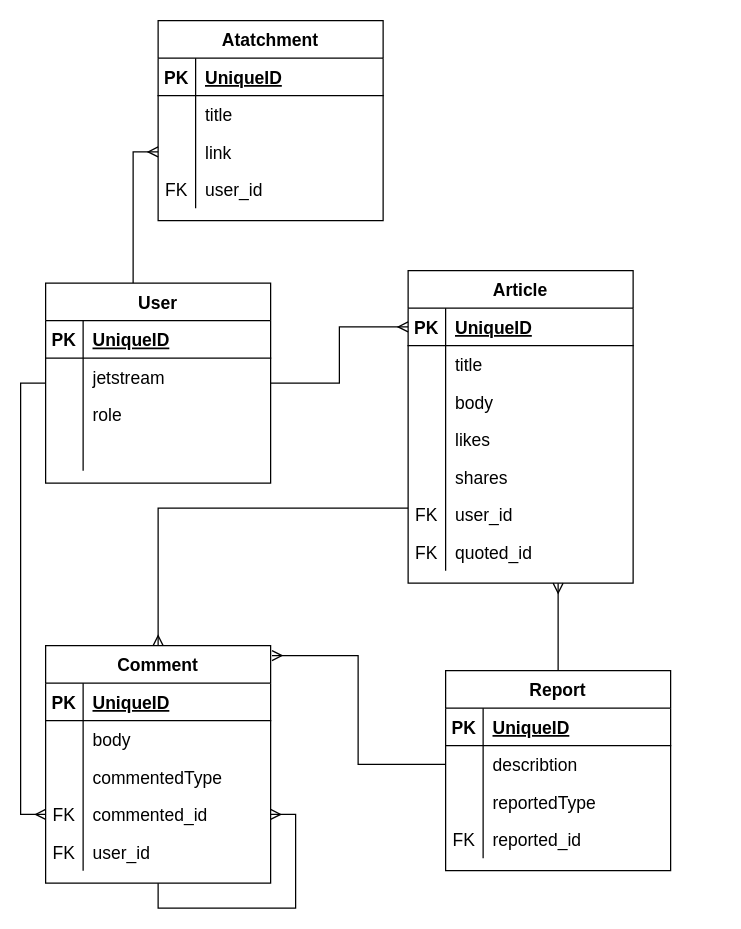
This is page "قاعدة البيانات" (4 of 7) of Diagram.drawio from a7medKhalid/waqf-raqmy, a draw.io file, before an edit. Source tidied: cells renumbered, new cells numbered last; positions are measured from the earlier drawing's top-left corner, leaving out a move shared by most shapes. Both pictures are drawn from the tidied source at 125%, with x=0, y=0 at pixel (20, 20).
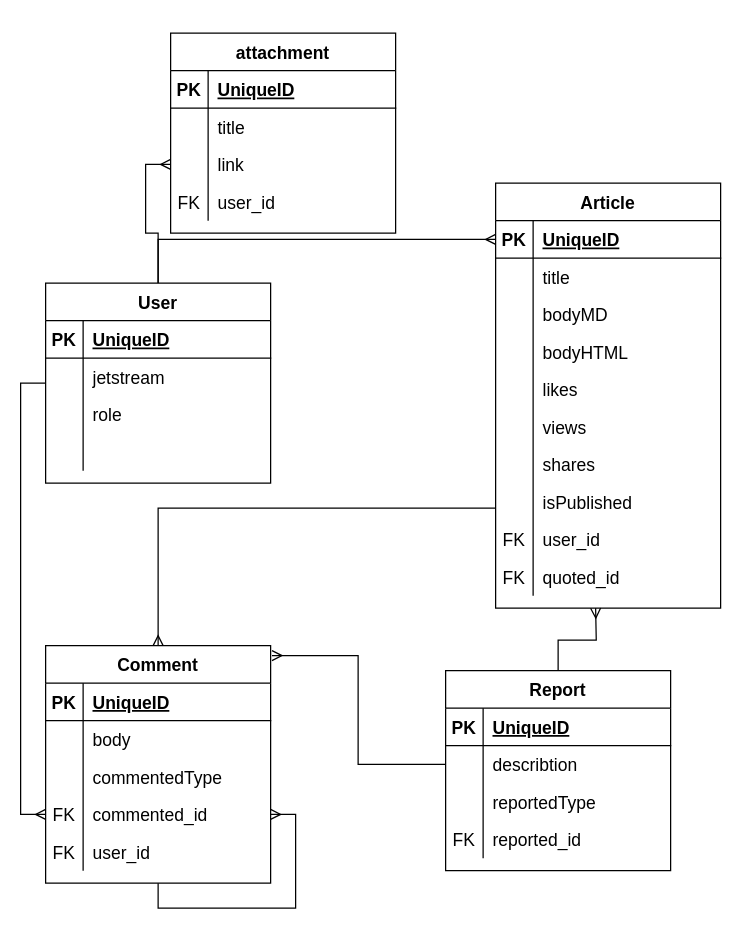
The same diagram, later.

Unchanged cells that the change refers to:
```xml
<mxCell id="5" value="User" style="shape=table;startSize=30;childLayout=tableLayout;rowLines=0;fontStyle=1;align=center;fontSize=14;strokeWidth=1;" parent="1" vertex="1">
  <mxGeometry x="20" y="210" width="180" height="160" as="geometry" />
</mxCell>
<mxCell id="26" style="shape=partialRectangle;fillColor=none;top=0;left=0;bottom=0;right=0;fontSize=14;strokeWidth=1;" parent="19" vertex="1">
  <mxGeometry y="90" width="180" height="30" as="geometry" />
</mxCell>
<mxCell id="42" value="Report" style="shape=table;startSize=30;childLayout=tableLayout;rowLines=0;fontStyle=1;align=center;fontSize=14;strokeWidth=1;" parent="1" vertex="1">
  <mxGeometry x="340" y="520" width="180" height="160" as="geometry" />
</mxCell>
<mxCell id="46" style="shape=partialRectangle;fillColor=none;top=0;left=0;bottom=0;right=0;points=[[0,0.5],[1,0.5]];portConstraint=eastwest;fontSize=14;strokeWidth=1;" parent="42" vertex="1">
  <mxGeometry y="60" width="180" height="30" as="geometry" />
</mxCell>
<mxCell id="55" value="Comment" style="shape=table;startSize=30;childLayout=tableLayout;rowLines=0;fontStyle=1;align=center;fontSize=14;strokeWidth=1;" parent="1" vertex="1">
  <mxGeometry x="20" y="500" width="180" height="190" as="geometry" />
</mxCell>
```

Change to the diagram source:
```diff
@@
-    <mxCell id="4" style="edgeStyle=orthogonalEdgeStyle;rounded=0;jettySize=auto;html=1;fontSize=14;endArrow=ERmany;endFill=0;" parent="1" edge="1" source="5" target="79">
-      <mxGeometry relative="1" as="geometry">
-        <Array as="points">
-          <mxPoint x="90" y="105" />
-        </Array>
-      </mxGeometry>
+    <mxCell id="4" style="edgeStyle=orthogonalEdgeStyle;rounded=0;jettySize=auto;html=1;endArrow=ERmany;endFill=0;" parent="1" edge="1" source="5" target="79">
+      <mxGeometry relative="1" as="geometry" />
     </mxCell>
@@
     <mxCell id="19" value="Article" style="shape=table;startSize=30;childLayout=tableLayout;rowLines=0;fontStyle=1;align=center;fontSize=14;strokeWidth=1;" parent="1" vertex="1">
-      <mxGeometry x="310" y="200" width="180" height="250" as="geometry" />
+      <mxGeometry x="380" y="130" width="180" height="340" as="geometry" />
     </mxCell>
@@
-    <mxCell id="28" value="body" style="shape=partialRectangle;fillColor=none;top=0;left=0;bottom=0;right=0;align=left;spacingLeft=6;overflow=hidden;fontSize=14;strokeWidth=1;" parent="26" vertex="1">
+    <mxCell id="28" value="bodyMD" style="shape=partialRectangle;fillColor=none;top=0;left=0;bottom=0;right=0;align=left;spacingLeft=6;overflow=hidden;fontSize=14;strokeWidth=1;" parent="26" vertex="1">
       <mxGeometry x="30" width="150" height="30" as="geometry" />
     </mxCell>
+    <mxCell id="86" style="shape=partialRectangle;fillColor=none;top=0;left=0;bottom=0;right=0;fontSize=14;strokeWidth=1;" parent="19" vertex="1">
+      <mxGeometry y="120" width="180" height="30" as="geometry" />
+    </mxCell>
+    <mxCell id="87" style="shape=partialRectangle;fillColor=none;top=0;left=0;bottom=0;right=0;overflow=hidden;fontSize=14;strokeWidth=1;" parent="86" vertex="1">
+      <mxGeometry width="30" height="30" as="geometry" />
+    </mxCell>
+    <mxCell id="88" value="bodyHTML" style="shape=partialRectangle;fillColor=none;top=0;left=0;bottom=0;right=0;align=left;spacingLeft=6;overflow=hidden;fontSize=14;strokeWidth=1;" parent="86" vertex="1">
+      <mxGeometry x="30" width="150" height="30" as="geometry" />
+    </mxCell>
     <mxCell id="29" style="shape=partialRectangle;fillColor=none;top=0;left=0;bottom=0;right=0;fontSize=14;strokeWidth=1;" parent="19" vertex="1">
-      <mxGeometry y="120" width="180" height="30" as="geometry" />
+      <mxGeometry y="150" width="180" height="30" as="geometry" />
     </mxCell>
@@
+    <mxCell id="89" style="shape=partialRectangle;fillColor=none;top=0;left=0;bottom=0;right=0;fontSize=14;strokeWidth=1;" parent="19" vertex="1">
+      <mxGeometry y="180" width="180" height="30" as="geometry" />
+    </mxCell>
+    <mxCell id="90" style="shape=partialRectangle;fillColor=none;top=0;left=0;bottom=0;right=0;overflow=hidden;fontSize=14;strokeWidth=1;" parent="89" vertex="1">
+      <mxGeometry width="30" height="30" as="geometry" />
+    </mxCell>
+    <mxCell id="91" value="views" style="shape=partialRectangle;fillColor=none;top=0;left=0;bottom=0;right=0;align=left;spacingLeft=6;overflow=hidden;fontSize=14;strokeWidth=1;" parent="89" vertex="1">
+      <mxGeometry x="30" width="150" height="30" as="geometry" />
+    </mxCell>
     <mxCell id="32" style="shape=partialRectangle;fillColor=none;top=0;left=0;bottom=0;right=0;fontSize=14;strokeWidth=1;" parent="19" vertex="1">
-      <mxGeometry y="150" width="180" height="30" as="geometry" />
+      <mxGeometry y="210" width="180" height="30" as="geometry" />
     </mxCell>
@@
+    <mxCell id="92" style="shape=partialRectangle;fillColor=none;top=0;left=0;bottom=0;right=0;fontSize=14;strokeWidth=1;" parent="19" vertex="1">
+      <mxGeometry y="240" width="180" height="30" as="geometry" />
+    </mxCell>
+    <mxCell id="93" style="shape=partialRectangle;fillColor=none;top=0;left=0;bottom=0;right=0;overflow=hidden;fontSize=14;strokeWidth=1;" parent="92" vertex="1">
+      <mxGeometry width="30" height="30" as="geometry" />
+    </mxCell>
+    <mxCell id="94" value="isPublished" style="shape=partialRectangle;fillColor=none;top=0;left=0;bottom=0;right=0;align=left;spacingLeft=6;overflow=hidden;fontSize=14;strokeWidth=1;" parent="92" vertex="1">
+      <mxGeometry x="30" width="150" height="30" as="geometry" />
+    </mxCell>
     <mxCell id="35" style="shape=partialRectangle;fillColor=none;top=0;left=0;bottom=0;right=0;fontSize=14;strokeWidth=1;" parent="19" vertex="1">
-      <mxGeometry y="180" width="180" height="30" as="geometry" />
+      <mxGeometry y="270" width="180" height="30" as="geometry" />
     </mxCell>
@@
     <mxCell id="38" style="shape=partialRectangle;fillColor=none;top=0;left=0;bottom=0;right=0;fontSize=14;strokeWidth=1;" parent="19" vertex="1">
-      <mxGeometry y="210" width="180" height="30" as="geometry" />
+      <mxGeometry y="300" width="180" height="30" as="geometry" />
     </mxCell>
@@
     <mxCell id="41" style="edgeStyle=orthogonalEdgeStyle;rounded=0;jettySize=auto;html=1;fontSize=14;endArrow=ERmany;endFill=0;" parent="1" edge="1" source="42">
       <mxGeometry relative="1" as="geometry">
-        <mxPoint x="430" y="450" as="targetPoint" />
+        <mxPoint x="460" y="470" as="targetPoint" />
       </mxGeometry>
     </mxCell>
@@
-    <mxCell id="72" value="Atatchment" style="shape=table;startSize=30;childLayout=tableLayout;rowLines=0;fontStyle=1;align=center;fontSize=14;strokeWidth=1;" parent="1" vertex="1">
-      <mxGeometry x="110" width="180" height="160" as="geometry" />
-    </mxCell>
+    <mxCell id="85" style="edgeStyle=orthogonalEdgeStyle;rounded=0;jettySize=auto;html=1;entryX=1.006;entryY=0.042;entryDx=0;entryDy=0;entryPerimeter=0;fontSize=14;endArrow=ERmany;endFill=0;" parent="1" edge="1" source="46" target="55">
+      <mxGeometry relative="1" as="geometry" />
+    </mxCell>
+    <mxCell id="95" value="attachment" style="shape=table;startSize=30;childLayout=tableLayout;rowLines=0;fontStyle=1;align=center;fontSize=14;strokeWidth=1;" parent="1" vertex="1">
+      <mxGeometry x="120" y="10" width="180" height="160" as="geometry" />
+    </mxCell>
-    <mxCell id="73" style="shape=partialRectangle;fillColor=none;top=0;left=0;bottom=1;right=0;fontSize=14;strokeWidth=1;" parent="72" vertex="1">
+    <mxCell id="73" style="shape=partialRectangle;fillColor=none;top=0;left=0;bottom=1;right=0;fontSize=14;strokeWidth=1;" parent="95" vertex="1">
       <mxGeometry y="30" width="180" height="30" as="geometry" />
     </mxCell>
@@
-    <mxCell id="76" style="shape=partialRectangle;fillColor=none;top=0;left=0;bottom=0;right=0;fontSize=14;strokeWidth=1;" parent="72" vertex="1">
+    <mxCell id="76" style="shape=partialRectangle;fillColor=none;top=0;left=0;bottom=0;right=0;fontSize=14;strokeWidth=1;" parent="95" vertex="1">
       <mxGeometry y="60" width="180" height="30" as="geometry" />
     </mxCell>
-    <mxCell id="77" style="shape=partialRectangle;fillColor=none;top=0;left=0;bottom=0;right=0;overflow=hidden;fontSize=14;strokeWidth=1;" parent="76" vertex="1">
-      <mxGeometry width="30" height="30" as="geometry" />
-    </mxCell>
+    <mxCell id="96" style="shape=partialRectangle;fillColor=none;top=0;left=0;bottom=0;right=0;overflow=hidden;fontSize=14;strokeWidth=1;" parent="76" vertex="1">
+      <mxGeometry width="30" height="30" as="geometry" />
+    </mxCell>
@@
-    <mxCell id="79" style="shape=partialRectangle;fillColor=none;top=0;left=0;bottom=0;right=0;points=[[0,0.5],[1,0.5]];portConstraint=eastwest;fontSize=14;strokeWidth=1;" parent="72" vertex="1">
+    <mxCell id="79" style="shape=partialRectangle;fillColor=none;top=0;left=0;bottom=0;right=0;points=[[0,0.5],[1,0.5]];portConstraint=eastwest;fontSize=14;strokeWidth=1;" parent="95" vertex="1">
       <mxGeometry y="90" width="180" height="30" as="geometry" />
     </mxCell>
-    <mxCell id="80" style="shape=partialRectangle;fillColor=none;top=0;left=0;bottom=0;right=0;overflow=hidden;fontSize=14;strokeWidth=1;" parent="79" vertex="1">
-      <mxGeometry width="30" height="30" as="geometry" />
-    </mxCell>
+    <mxCell id="97" style="shape=partialRectangle;fillColor=none;top=0;left=0;bottom=0;right=0;overflow=hidden;fontSize=14;strokeWidth=1;" parent="79" vertex="1">
+      <mxGeometry width="30" height="30" as="geometry" />
+    </mxCell>
@@
-    <mxCell id="82" style="shape=partialRectangle;fillColor=none;top=0;left=0;bottom=0;right=0;fontSize=14;strokeWidth=1;" parent="72" vertex="1">
-      <mxGeometry y="120" width="180" height="30" as="geometry" />
-    </mxCell>
+    <mxCell id="98" style="shape=partialRectangle;fillColor=none;top=0;left=0;bottom=0;right=0;fontSize=14;strokeWidth=1;" parent="95" vertex="1">
+      <mxGeometry y="120" width="180" height="30" as="geometry" />
+    </mxCell>
-    <mxCell id="83" value="FK" style="shape=partialRectangle;fillColor=none;top=0;left=0;bottom=0;right=0;overflow=hidden;fontSize=14;strokeWidth=1;" parent="82" vertex="1">
+    <mxCell id="83" value="FK" style="shape=partialRectangle;fillColor=none;top=0;left=0;bottom=0;right=0;overflow=hidden;fontSize=14;strokeWidth=1;" parent="98" vertex="1">
       <mxGeometry width="30" height="30" as="geometry" />
     </mxCell>
-    <mxCell id="84" value="user_id" style="shape=partialRectangle;fillColor=none;top=0;left=0;bottom=0;right=0;align=left;spacingLeft=6;overflow=hidden;fontSize=14;strokeWidth=1;" parent="82" vertex="1">
+    <mxCell id="84" value="user_id" style="shape=partialRectangle;fillColor=none;top=0;left=0;bottom=0;right=0;align=left;spacingLeft=6;overflow=hidden;fontSize=14;strokeWidth=1;" parent="98" vertex="1">
       <mxGeometry x="30" width="150" height="30" as="geometry" />
     </mxCell>
-    <mxCell id="85" style="edgeStyle=orthogonalEdgeStyle;rounded=0;jettySize=auto;html=1;entryX=1.006;entryY=0.042;entryDx=0;entryDy=0;entryPerimeter=0;fontSize=14;endArrow=ERmany;endFill=0;" parent="1" edge="1" source="46" target="55">
-      <mxGeometry relative="1" as="geometry" />
-    </mxCell>
```
